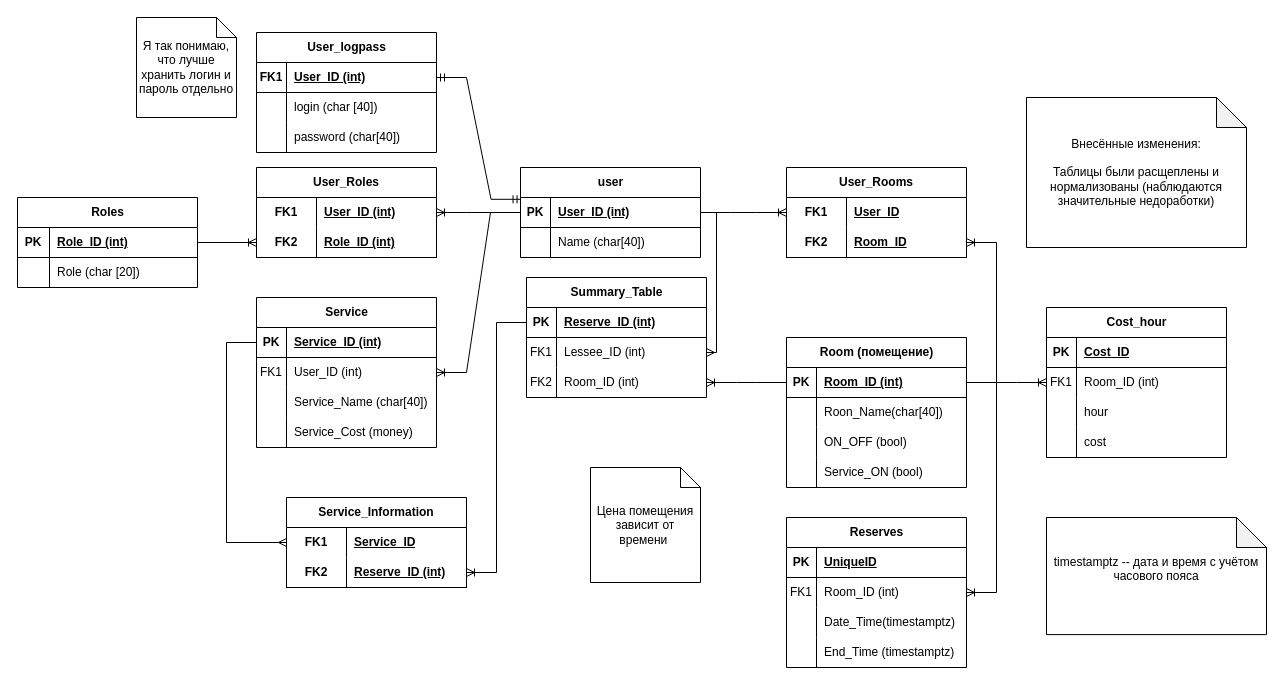
wsur/reserve_io keeps this draw.io diagram as Диаграмма без названия.drawio. Above is the earlier version. Source tidied: cells renumbered, new cells numbered last; positions are measured from the earlier drawing's top-left corner, leaving out a move shared by most shapes. Both pictures are drawn from the tidied source at 100%, with x=0, y=0 at pixel (17, 17).
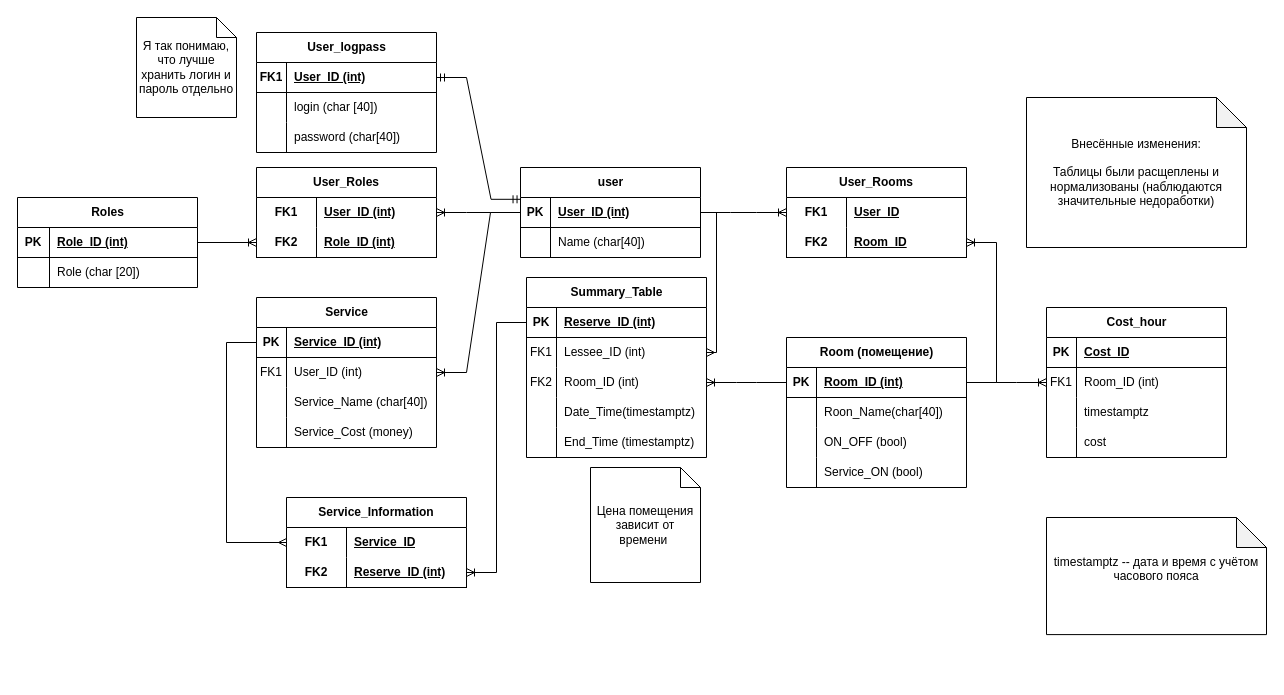
After the change.

Commit message:
объединил 2 таблицы

The change refers to these unchanged cells:
```xml
<mxCell id="59" style="shape=tableRow;horizontal=0;startSize=0;swimlaneHead=0;swimlaneBody=0;fillColor=none;top=0;left=0;right=0;bottom=0;" parent="52" vertex="1">
  <mxGeometry y="90" width="180" height="30" as="geometry" />
</mxCell>
<mxCell id="107" style="shape=tableRow;horizontal=0;startSize=0;swimlaneHead=0;swimlaneBody=0;fillColor=none;points=[[0,0.5],[1,0.5]];portConstraint=eastwest;top=0;left=0;right=0;bottom=1;" parent="106" vertex="1">
  <mxGeometry y="30" width="180" height="30" as="geometry" />
</mxCell>
```

Change to the diagram source:
```diff
@@
     <mxCell id="3" value="Summary_Table" style="shape=table;startSize=30;childLayout=tableLayout;rowLines=0;fontStyle=1;align=center;html=1;" parent="1" vertex="1">
-      <mxGeometry x="509" y="260" width="180" height="120" as="geometry" />
+      <mxGeometry x="509" y="260" width="180" height="180" as="geometry" />
     </mxCell>
@@
+    <mxCell id="49" style="shape=tableRow;horizontal=0;startSize=0;swimlaneHead=0;swimlaneBody=0;fillColor=none;top=0;left=0;right=0;bottom=0;" parent="3" vertex="1">
+      <mxGeometry y="120" width="180" height="30" as="geometry" />
+    </mxCell>
+    <mxCell id="132" style="shape=partialRectangle;fillColor=none;top=0;left=0;bottom=0;right=0;overflow=hidden;whiteSpace=wrap;html=1;" parent="49" vertex="1">
+      <mxGeometry width="30" height="30" as="geometry" />
+    </mxCell>
+    <mxCell id="48" value="Date_Time(timestamptz)" style="shape=partialRectangle;fillColor=none;top=0;left=0;bottom=0;right=0;align=left;spacingLeft=6;overflow=hidden;whiteSpace=wrap;html=1;" parent="49" vertex="1">
+      <mxGeometry x="30" width="150" height="30" as="geometry" />
+    </mxCell>
+    <mxCell id="133" style="shape=tableRow;horizontal=0;startSize=0;swimlaneHead=0;swimlaneBody=0;fillColor=none;top=0;left=0;right=0;bottom=0;" parent="3" vertex="1">
+      <mxGeometry y="150" width="180" height="30" as="geometry" />
+    </mxCell>
+    <mxCell id="134" style="shape=partialRectangle;fillColor=none;top=0;left=0;bottom=0;right=0;overflow=hidden;whiteSpace=wrap;html=1;" parent="133" vertex="1">
+      <mxGeometry width="30" height="30" as="geometry" />
+    </mxCell>
+    <mxCell id="51" value="End_Time (timestamptz)" style="shape=partialRectangle;fillColor=none;top=0;left=0;bottom=0;right=0;align=left;spacingLeft=6;overflow=hidden;whiteSpace=wrap;html=1;" parent="133" vertex="1">
+      <mxGeometry x="30" width="150" height="30" as="geometry" />
+    </mxCell>
@@
-    <mxCell id="39" value="Reserves" style="shape=table;startSize=30;childLayout=tableLayout;rowLines=0;fontStyle=1;align=center;html=1;" parent="1" vertex="1">
-      <mxGeometry x="769" y="500" width="180" height="150" as="geometry" />
-    </mxCell>
-    <mxCell id="40" style="shape=tableRow;horizontal=0;startSize=0;swimlaneHead=0;swimlaneBody=0;fillColor=none;top=0;left=0;right=0;bottom=1;" parent="39" vertex="1">
-      <mxGeometry y="30" width="180" height="30" as="geometry" />
-    </mxCell>
-    <mxCell id="41" value="PK" style="shape=partialRectangle;fillColor=none;top=0;left=0;bottom=0;right=0;fontStyle=1;overflow=hidden;whiteSpace=wrap;html=1;" parent="40" vertex="1">
-      <mxGeometry width="30" height="30" as="geometry" />
-    </mxCell>
-    <mxCell id="42" value="UniqueID" style="shape=partialRectangle;fillColor=none;top=0;left=0;bottom=0;right=0;align=left;spacingLeft=6;fontStyle=5;overflow=hidden;whiteSpace=wrap;html=1;" parent="40" vertex="1">
-      <mxGeometry x="30" width="150" height="30" as="geometry" />
-    </mxCell>
-    <mxCell id="43" style="shape=tableRow;horizontal=0;startSize=0;swimlaneHead=0;swimlaneBody=0;fillColor=none;points=[[0,0.5],[1,0.5]];portConstraint=eastwest;top=0;left=0;right=0;bottom=0;" parent="39" vertex="1">
-      <mxGeometry y="60" width="180" height="30" as="geometry" />
-    </mxCell>
-    <mxCell id="44" value="FK1" style="shape=partialRectangle;fillColor=none;top=0;left=0;bottom=0;right=0;overflow=hidden;whiteSpace=wrap;html=1;" parent="43" vertex="1">
-      <mxGeometry width="30" height="30" as="geometry" />
-    </mxCell>
-    <mxCell id="45" value="Room_ID (int)" style="shape=partialRectangle;fillColor=none;top=0;left=0;bottom=0;right=0;align=left;spacingLeft=6;overflow=hidden;whiteSpace=wrap;html=1;" parent="43" vertex="1">
-      <mxGeometry x="30" width="150" height="30" as="geometry" />
-    </mxCell>
-    <mxCell id="46" style="shape=tableRow;horizontal=0;startSize=0;swimlaneHead=0;swimlaneBody=0;fillColor=none;top=0;left=0;right=0;bottom=0;" parent="39" vertex="1">
-      <mxGeometry y="90" width="180" height="30" as="geometry" />
-    </mxCell>
-    <mxCell id="47" style="shape=partialRectangle;fillColor=none;top=0;left=0;bottom=0;right=0;overflow=hidden;whiteSpace=wrap;html=1;" parent="46" vertex="1">
-      <mxGeometry width="30" height="30" as="geometry" />
-    </mxCell>
-    <mxCell id="48" value="Date_Time(timestamptz)" style="shape=partialRectangle;fillColor=none;top=0;left=0;bottom=0;right=0;align=left;spacingLeft=6;overflow=hidden;whiteSpace=wrap;html=1;" parent="46" vertex="1">
-      <mxGeometry x="30" width="150" height="30" as="geometry" />
-    </mxCell>
-    <mxCell id="49" style="shape=tableRow;horizontal=0;startSize=0;swimlaneHead=0;swimlaneBody=0;fillColor=none;top=0;left=0;right=0;bottom=0;" parent="39" vertex="1">
-      <mxGeometry y="120" width="180" height="30" as="geometry" />
-    </mxCell>
-    <mxCell id="50" style="shape=partialRectangle;fillColor=none;top=0;left=0;bottom=0;right=0;overflow=hidden;whiteSpace=wrap;html=1;" parent="49" vertex="1">
-      <mxGeometry width="30" height="30" as="geometry" />
-    </mxCell>
-    <mxCell id="51" value="End_Time (timestamptz)" style="shape=partialRectangle;fillColor=none;top=0;left=0;bottom=0;right=0;align=left;spacingLeft=6;overflow=hidden;whiteSpace=wrap;html=1;" parent="49" vertex="1">
-      <mxGeometry x="30" width="150" height="30" as="geometry" />
-    </mxCell>
@@
-    <mxCell id="61" value="hour" style="shape=partialRectangle;fillColor=none;top=0;left=0;bottom=0;right=0;align=left;spacingLeft=6;overflow=hidden;whiteSpace=wrap;html=1;" parent="59" vertex="1">
+    <mxCell id="61" value="timestamptz" style="shape=partialRectangle;fillColor=none;top=0;left=0;bottom=0;right=0;align=left;spacingLeft=6;overflow=hidden;whiteSpace=wrap;html=1;" parent="59" vertex="1">
       <mxGeometry x="30" width="150" height="30" as="geometry" />
     </mxCell>
@@
-    <mxCell id="66" style="edgeStyle=entityRelationEdgeStyle;fontSize=12;html=1;endArrow=ERoneToMany;rounded=0;" parent="1" edge="1" source="107" target="43">
-      <mxGeometry relative="1" as="geometry" />
-    </mxCell>
```
